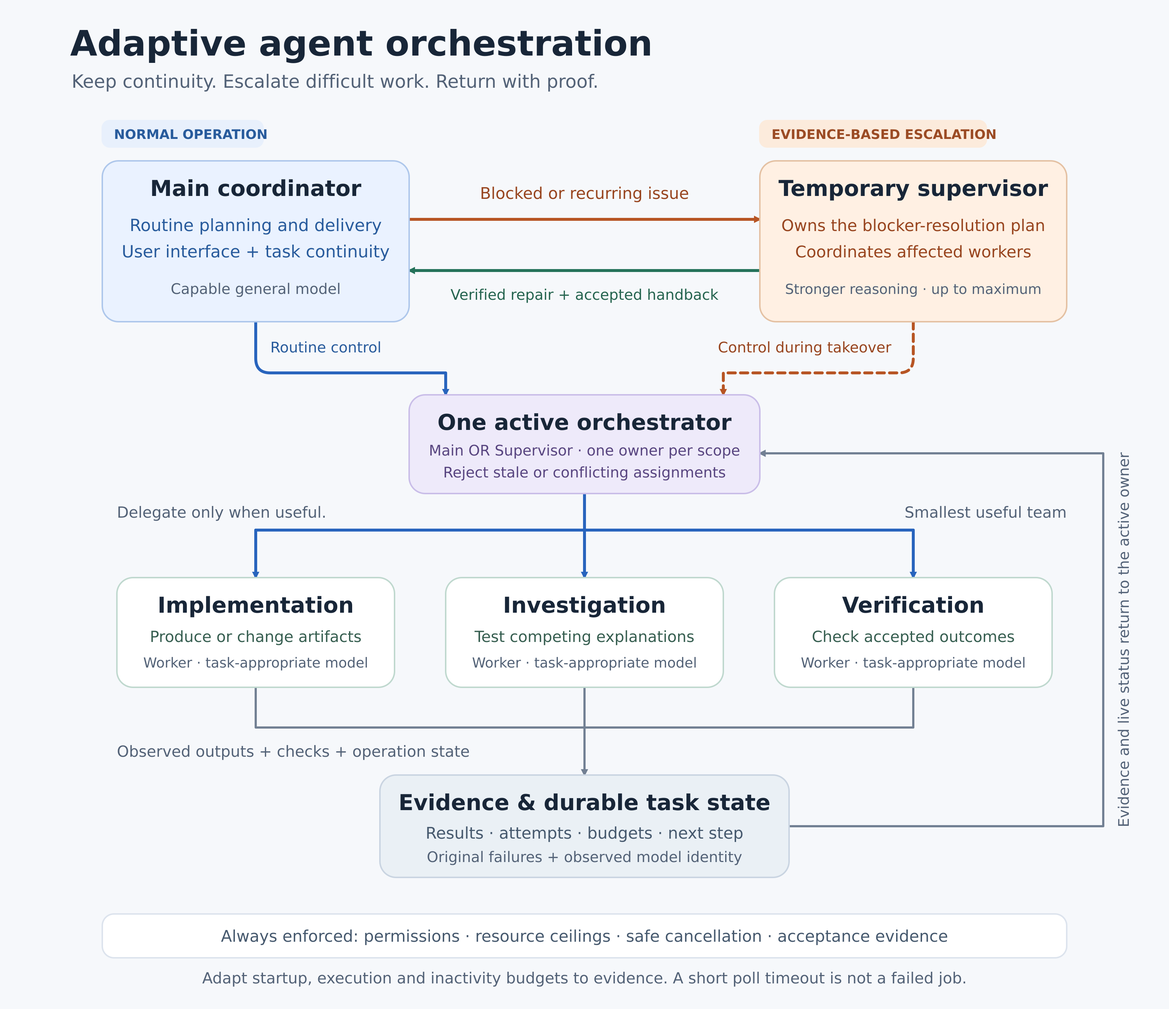
MRodriguez2010/adaptive-agent-orchestration keeps this Mermaid diagram as assets/orchestration.png. Above is the earlier version. Its source is kept beside it as diagrams/orchestration.mmd.
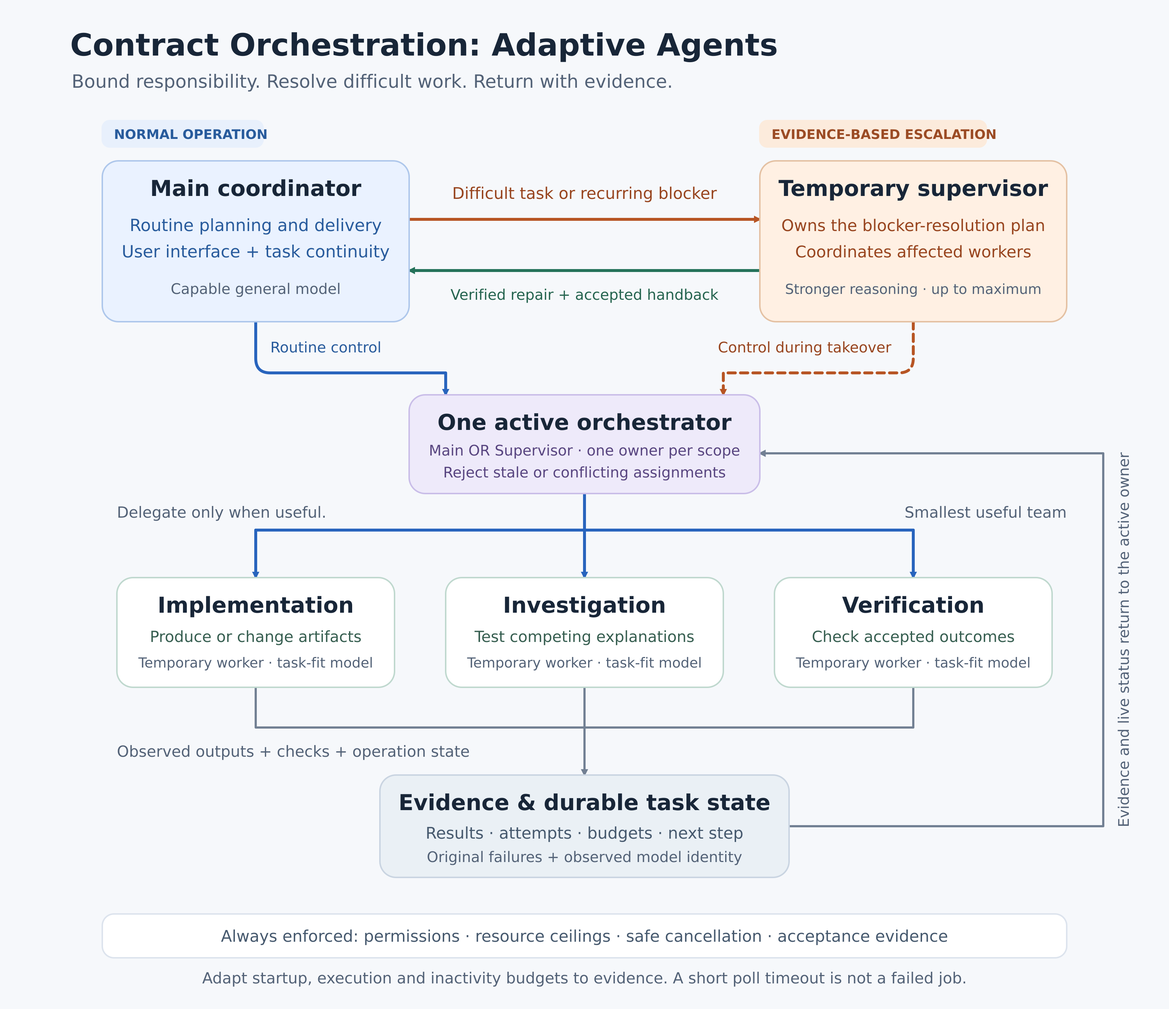
The same file after the commit.

Diff of the diagram source:
```diff
@@ -6,7 +6,7 @@
     investigate["Investigation"]
     verify["Verification"]
     evidence["Evidence and durable task state"]
-    main -->|"Blocked or recurring issue"| supervisor
+    main -->|"Difficult task or recurring blocker"| supervisor
     supervisor -->|"Verified repair and accepted handback"| main
     main -->|"Normal ownership"| owner
     supervisor -.->|"Temporary ownership"| owner
```
